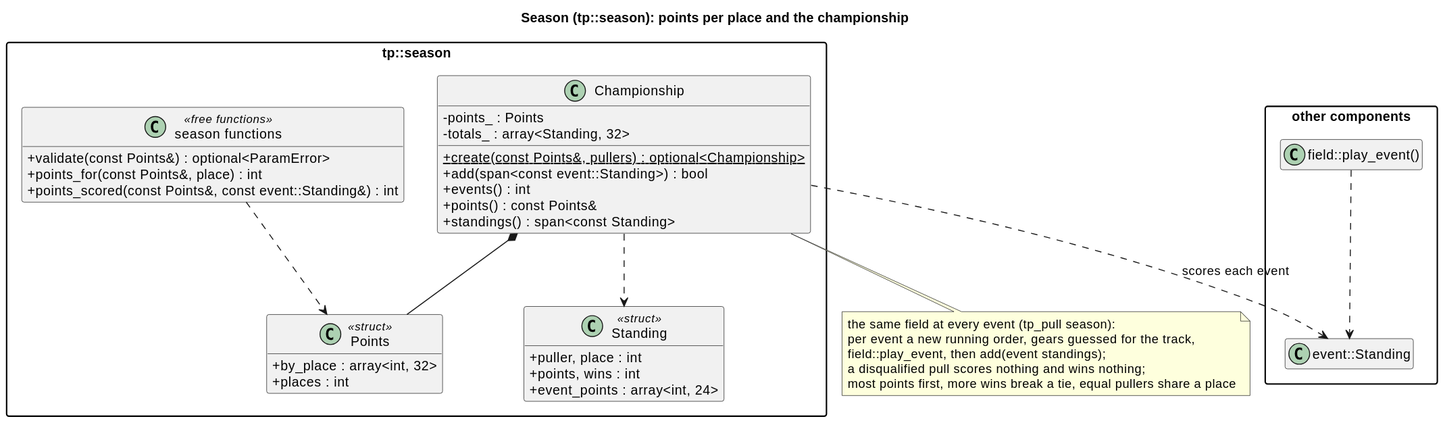
Above: docs/diagrams/svg/season_classes.svg in wversteeg/TractorPulling (PlantUML), before the change.
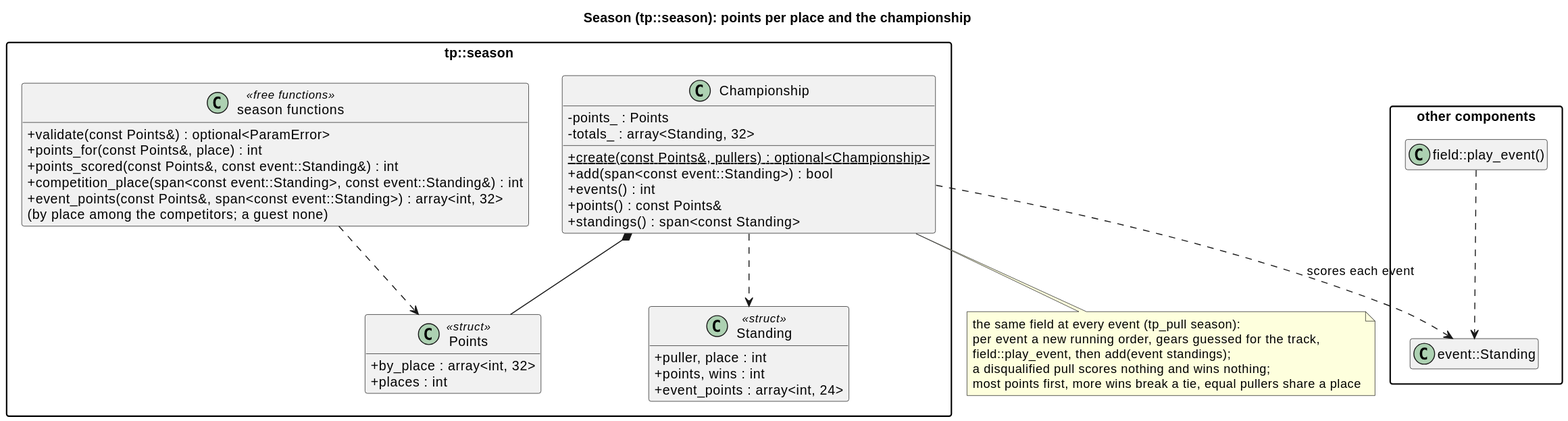
After the change.

The edit, as a diff of the source:
```diff
@@ -32,6 +32,8 @@
     +validate(const Points&) : optional<ParamError>
     +points_for(const Points&, place) : int
     +points_scored(const Points&, const event::Standing&) : int
+    +competition_place(span<const event::Standing>, const event::Standing&) : int
+    +event_points(const Points&, span<const event::Standing>) : array<int, 32>\n(by place among the competitors; a guest none)
   }
   Championship *-- Points
   Championship ..> Standing
```
